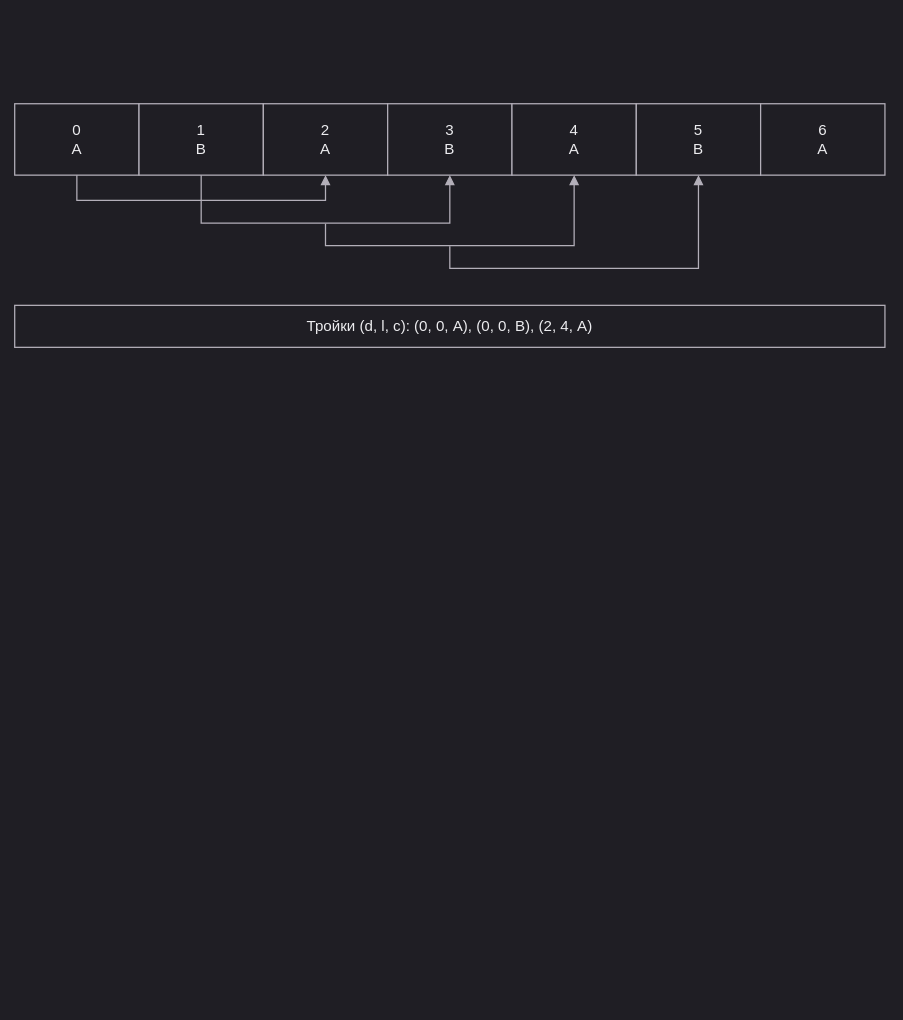
Above: page "lz77" (6 of 21) of docs/diagrams.drawio in SM1LEK/TEST (draw.io), before the change. Source tidied: cells renumbered, new cells numbered last; positions are measured from the earlier drawing's top-left corner, leaving out a move shared by most shapes. Both pictures are drawn from the tidied source at 84%, with x=0, y=0 at pixel (14, 103).
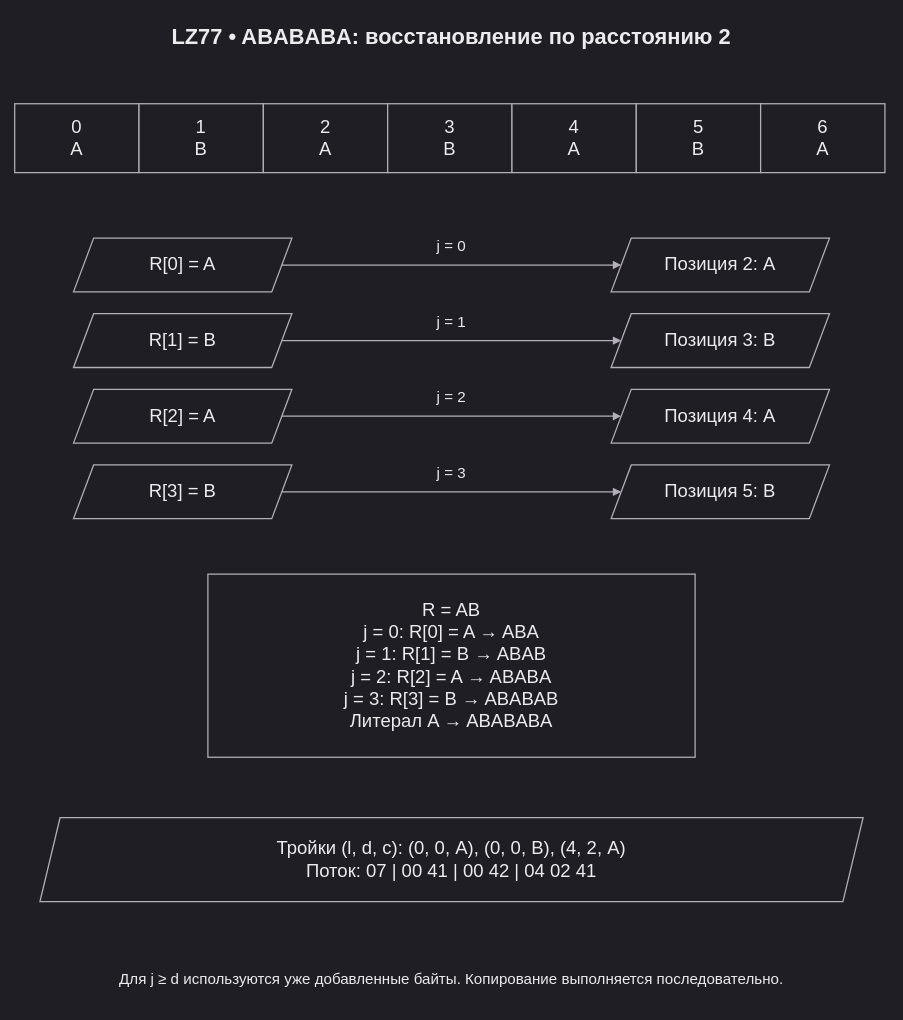
After the change.

What changed in the source:
```diff
@@
+    <mxCell id="14" value="LZ77 • ABABABA: восстановление по расстоянию 2" style="text;whiteSpace=wrap;html=0;fontFamily=Arial;fontSize=26;fontColor=#ececef;strokeColor=#b3afb9;fillColor=#1f1e24;strokeWidth=1.5;align=center;verticalAlign=middle;spacing=10;labelBackgroundColor=none;fontStyle=1;strokeColor=none;fillColor=none;" parent="1" vertex="1">
+      <mxGeometry y="-106" width="1040" height="52" as="geometry" />
+    </mxCell>
-    <mxCell id="2" value="0&#10;A" style="whiteSpace=wrap;html=0;fontFamily=Arial;fontSize=18;align=center;verticalAlign=middle;strokeWidth=1.5;spacing=8;labelBackgroundColor=none;fontColor=#ececef;shadow=0;gradientColor=none;strokeColor=#b3afb9;fillColor=#1f1e24;" parent="1" vertex="1">
-      <mxGeometry width="148" height="85" as="geometry" />
+    <mxCell id="2" value="0&#10;A" style="whiteSpace=wrap;html=0;fontFamily=Arial;fontSize=22;fontColor=#ececef;strokeColor=#b3afb9;fillColor=#1f1e24;strokeWidth=1.5;align=center;verticalAlign=middle;spacing=10;labelBackgroundColor=none;rounded=0;" parent="1" vertex="1">
+      <mxGeometry width="148" height="82" as="geometry" />
     </mxCell>
-    <mxCell id="3" value="1&#10;B" style="whiteSpace=wrap;html=0;fontFamily=Arial;fontSize=18;align=center;verticalAlign=middle;strokeWidth=1.5;spacing=8;labelBackgroundColor=none;fontColor=#ececef;shadow=0;gradientColor=none;strokeColor=#b3afb9;fillColor=#1f1e24;" parent="1" vertex="1">
-      <mxGeometry x="148" width="148" height="85" as="geometry" />
+    <mxCell id="3" value="1&#10;B" style="whiteSpace=wrap;html=0;fontFamily=Arial;fontSize=22;fontColor=#ececef;strokeColor=#b3afb9;fillColor=#1f1e24;strokeWidth=1.5;align=center;verticalAlign=middle;spacing=10;labelBackgroundColor=none;rounded=0;" parent="1" vertex="1">
+      <mxGeometry x="148" width="148" height="82" as="geometry" />
     </mxCell>
-    <mxCell id="4" value="2&#10;A" style="whiteSpace=wrap;html=0;fontFamily=Arial;fontSize=18;align=center;verticalAlign=middle;strokeWidth=1.5;spacing=8;labelBackgroundColor=none;fontColor=#ececef;shadow=0;gradientColor=none;strokeColor=#b3afb9;fillColor=#1f1e24;" parent="1" vertex="1">
-      <mxGeometry x="296" width="148" height="85" as="geometry" />
+    <mxCell id="4" value="2&#10;A" style="whiteSpace=wrap;html=0;fontFamily=Arial;fontSize=22;fontColor=#ececef;strokeColor=#b3afb9;fillColor=#1f1e24;strokeWidth=1.5;align=center;verticalAlign=middle;spacing=10;labelBackgroundColor=none;rounded=0;" parent="1" vertex="1">
+      <mxGeometry x="296" width="148" height="82" as="geometry" />
     </mxCell>
-    <mxCell id="5" value="3&#10;B" style="whiteSpace=wrap;html=0;fontFamily=Arial;fontSize=18;align=center;verticalAlign=middle;strokeWidth=1.5;spacing=8;labelBackgroundColor=none;fontColor=#ececef;shadow=0;gradientColor=none;strokeColor=#b3afb9;fillColor=#1f1e24;" parent="1" vertex="1">
-      <mxGeometry x="444" width="148" height="85" as="geometry" />
+    <mxCell id="5" value="3&#10;B" style="whiteSpace=wrap;html=0;fontFamily=Arial;fontSize=22;fontColor=#ececef;strokeColor=#b3afb9;fillColor=#1f1e24;strokeWidth=1.5;align=center;verticalAlign=middle;spacing=10;labelBackgroundColor=none;rounded=0;" parent="1" vertex="1">
+      <mxGeometry x="444" width="148" height="82" as="geometry" />
     </mxCell>
-    <mxCell id="6" value="4&#10;A" style="whiteSpace=wrap;html=0;fontFamily=Arial;fontSize=18;align=center;verticalAlign=middle;strokeWidth=1.5;spacing=8;labelBackgroundColor=none;fontColor=#ececef;shadow=0;gradientColor=none;strokeColor=#b3afb9;fillColor=#1f1e24;" parent="1" vertex="1">
-      <mxGeometry x="592" width="148" height="85" as="geometry" />
+    <mxCell id="6" value="4&#10;A" style="whiteSpace=wrap;html=0;fontFamily=Arial;fontSize=22;fontColor=#ececef;strokeColor=#b3afb9;fillColor=#1f1e24;strokeWidth=1.5;align=center;verticalAlign=middle;spacing=10;labelBackgroundColor=none;rounded=0;" parent="1" vertex="1">
+      <mxGeometry x="592" width="148" height="82" as="geometry" />
     </mxCell>
-    <mxCell id="7" value="5&#10;B" style="whiteSpace=wrap;html=0;fontFamily=Arial;fontSize=18;align=center;verticalAlign=middle;strokeWidth=1.5;spacing=8;labelBackgroundColor=none;fontColor=#ececef;shadow=0;gradientColor=none;strokeColor=#b3afb9;fillColor=#1f1e24;" parent="1" vertex="1">
-      <mxGeometry x="740" width="148" height="85" as="geometry" />
+    <mxCell id="7" value="5&#10;B" style="whiteSpace=wrap;html=0;fontFamily=Arial;fontSize=22;fontColor=#ececef;strokeColor=#b3afb9;fillColor=#1f1e24;strokeWidth=1.5;align=center;verticalAlign=middle;spacing=10;labelBackgroundColor=none;rounded=0;" parent="1" vertex="1">
+      <mxGeometry x="740" width="148" height="82" as="geometry" />
     </mxCell>
-    <mxCell id="8" value="6&#10;A" style="whiteSpace=wrap;html=0;fontFamily=Arial;fontSize=18;align=center;verticalAlign=middle;strokeWidth=1.5;spacing=8;labelBackgroundColor=none;fontColor=#ececef;shadow=0;gradientColor=none;strokeColor=#b3afb9;fillColor=#1f1e24;" parent="1" vertex="1">
-      <mxGeometry x="888" width="148" height="85" as="geometry" />
+    <mxCell id="8" value="6&#10;A" style="whiteSpace=wrap;html=0;fontFamily=Arial;fontSize=22;fontColor=#ececef;strokeColor=#b3afb9;fillColor=#1f1e24;strokeWidth=1.5;align=center;verticalAlign=middle;spacing=10;labelBackgroundColor=none;rounded=0;" parent="1" vertex="1">
+      <mxGeometry x="888" width="148" height="82" as="geometry" />
     </mxCell>
-    <mxCell id="9" value="Тройки (d, l, c): (0, 0, A), (0, 0, B), (2, 4, A)" style="whiteSpace=wrap;html=0;fontFamily=Arial;fontSize=18;align=center;verticalAlign=middle;strokeWidth=1.5;spacing=8;labelBackgroundColor=none;fontColor=#ececef;shadow=0;gradientColor=none;strokeColor=#b3afb9;fillColor=#1f1e24;" parent="1" vertex="1">
-      <mxGeometry y="240" width="1036" height="50" as="geometry" />
-    </mxCell>
-    <mxCell id="10" style="edgeStyle=none;rounded=0;html=0;fontColor=#ececef;fontFamily=Arial;fontSize=18;endArrow=block;endFill=1;strokeWidth=1.5;labelBackgroundColor=none;exitX=0.5;exitY=1.0;entryX=0.5;entryY=1.0;shadow=0;gradientColor=none;strokeColor=#b3afb9;fillColor=none;endSize=8;" parent="1" edge="1" source="2" target="4">
-      <mxGeometry relative="1" as="geometry">
-        <Array as="points">
-          <mxPoint x="74" y="115" />
-          <mxPoint x="370" y="115" />
-        </Array>
-      </mxGeometry>
-    </mxCell>
-    <mxCell id="11" style="edgeStyle=none;rounded=0;html=0;fontColor=#ececef;fontFamily=Arial;fontSize=18;endArrow=block;endFill=1;strokeWidth=1.5;labelBackgroundColor=none;entryX=0.5;entryY=1.0;exitX=0.5;exitY=1;exitDx=0;exitDy=0;shadow=0;gradientColor=none;strokeColor=#b3afb9;fillColor=none;endSize=8;" parent="1" edge="1" source="3" target="5">
-      <mxGeometry relative="1" as="geometry">
-        <Array as="points">
-          <mxPoint x="222" y="142" />
-          <mxPoint x="518" y="142" />
-        </Array>
-      </mxGeometry>
-    </mxCell>
-    <mxCell id="12" style="edgeStyle=none;rounded=0;html=0;fontColor=#ececef;fontFamily=Arial;fontSize=18;endArrow=block;endFill=1;strokeWidth=1.5;labelBackgroundColor=none;entryX=0.5;entryY=1.0;shadow=0;gradientColor=none;strokeColor=#b3afb9;fillColor=none;endSize=8;" parent="1" edge="1" target="6">
-      <mxGeometry x="-0.14" relative="1" as="geometry">
-        <mxPoint x="370" y="142.8" as="sourcePoint" />
-        <Array as="points">
-          <mxPoint x="370" y="169" />
-          <mxPoint x="666" y="169" />
-        </Array>
-      </mxGeometry>
-    </mxCell>
-    <mxCell id="13" style="edgeStyle=none;rounded=0;html=0;fontColor=#ececef;fontFamily=Arial;fontSize=18;endArrow=block;endFill=1;strokeWidth=1.5;labelBackgroundColor=none;entryX=0.5;entryY=1.0;shadow=0;gradientColor=none;strokeColor=#b3afb9;fillColor=none;endSize=8;" parent="1" edge="1" target="7">
-      <mxGeometry x="-0.2" relative="1" as="geometry">
-        <mxPoint x="518" y="169.8" as="sourcePoint" />
-        <Array as="points">
-          <mxPoint x="518" y="196" />
-          <mxPoint x="814" y="196" />
-        </Array>
-      </mxGeometry>
-    </mxCell>
+    <mxCell id="15" value="R[0] = A" style="whiteSpace=wrap;html=0;fontFamily=Arial;fontSize=22;fontColor=#ececef;strokeColor=#b3afb9;fillColor=#1f1e24;strokeWidth=1.5;align=center;verticalAlign=middle;spacing=10;labelBackgroundColor=none;shape=parallelogram;perimeter=parallelogramPerimeter;fixedSize=1;size=24;" parent="1" vertex="1">
+      <mxGeometry x="70" y="160" width="260" height="64" as="geometry" />
+    </mxCell>
+    <mxCell id="16" value="Позиция 2: A" style="whiteSpace=wrap;html=0;fontFamily=Arial;fontSize=22;fontColor=#ececef;strokeColor=#b3afb9;fillColor=#1f1e24;strokeWidth=1.5;align=center;verticalAlign=middle;spacing=10;labelBackgroundColor=none;shape=parallelogram;perimeter=parallelogramPerimeter;fixedSize=1;size=24;" parent="1" vertex="1">
+      <mxGeometry x="710" y="160" width="260" height="64" as="geometry" />
+    </mxCell>
+    <mxCell id="17" style="edgeStyle=none;rounded=0;html=0;strokeColor=#b3afb9;strokeWidth=1.5;endArrow=block;endFill=1;exitX=1;exitY=0.5;entryX=0;entryY=0.5;exitPerimeter=1;entryPerimeter=1;dashed=0;" parent="1" edge="1" source="15" target="16">
+      <mxGeometry relative="1" as="geometry" />
+    </mxCell>
+    <mxCell id="18" value="j = 0" style="text;whiteSpace=wrap;html=0;fontFamily=Arial;fontSize=18;fontColor=#ececef;strokeColor=#b3afb9;fillColor=#1f1e24;strokeWidth=1.5;align=center;verticalAlign=middle;spacing=10;labelBackgroundColor=none;strokeColor=none;fillColor=none;" parent="1" vertex="1">
+      <mxGeometry x="486" y="156" width="68" height="28" as="geometry" />
+    </mxCell>
+    <mxCell id="19" value="R[1] = B" style="whiteSpace=wrap;html=0;fontFamily=Arial;fontSize=22;fontColor=#ececef;strokeColor=#b3afb9;fillColor=#1f1e24;strokeWidth=1.5;align=center;verticalAlign=middle;spacing=10;labelBackgroundColor=none;shape=parallelogram;perimeter=parallelogramPerimeter;fixedSize=1;size=24;" parent="1" vertex="1">
+      <mxGeometry x="70" y="250" width="260" height="64" as="geometry" />
+    </mxCell>
+    <mxCell id="20" value="Позиция 3: B" style="whiteSpace=wrap;html=0;fontFamily=Arial;fontSize=22;fontColor=#ececef;strokeColor=#b3afb9;fillColor=#1f1e24;strokeWidth=1.5;align=center;verticalAlign=middle;spacing=10;labelBackgroundColor=none;shape=parallelogram;perimeter=parallelogramPerimeter;fixedSize=1;size=24;" parent="1" vertex="1">
+      <mxGeometry x="710" y="250" width="260" height="64" as="geometry" />
+    </mxCell>
+    <mxCell id="21" style="edgeStyle=none;rounded=0;html=0;strokeColor=#b3afb9;strokeWidth=1.5;endArrow=block;endFill=1;exitX=1;exitY=0.5;entryX=0;entryY=0.5;exitPerimeter=1;entryPerimeter=1;dashed=0;" parent="1" edge="1" source="19" target="20">
+      <mxGeometry relative="1" as="geometry" />
+    </mxCell>
+    <mxCell id="22" value="j = 1" style="text;whiteSpace=wrap;html=0;fontFamily=Arial;fontSize=18;fontColor=#ececef;strokeColor=#b3afb9;fillColor=#1f1e24;strokeWidth=1.5;align=center;verticalAlign=middle;spacing=10;labelBackgroundColor=none;strokeColor=none;fillColor=none;" parent="1" vertex="1">
+      <mxGeometry x="486" y="246" width="68" height="28" as="geometry" />
+    </mxCell>
+    <mxCell id="23" value="R[2] = A" style="whiteSpace=wrap;html=0;fontFamily=Arial;fontSize=22;fontColor=#ececef;strokeColor=#b3afb9;fillColor=#1f1e24;strokeWidth=1.5;align=center;verticalAlign=middle;spacing=10;labelBackgroundColor=none;shape=parallelogram;perimeter=parallelogramPerimeter;fixedSize=1;size=24;" parent="1" vertex="1">
+      <mxGeometry x="70" y="340" width="260" height="64" as="geometry" />
+    </mxCell>
+    <mxCell id="24" value="Позиция 4: A" style="whiteSpace=wrap;html=0;fontFamily=Arial;fontSize=22;fontColor=#ececef;strokeColor=#b3afb9;fillColor=#1f1e24;strokeWidth=1.5;align=center;verticalAlign=middle;spacing=10;labelBackgroundColor=none;shape=parallelogram;perimeter=parallelogramPerimeter;fixedSize=1;size=24;" parent="1" vertex="1">
+      <mxGeometry x="710" y="340" width="260" height="64" as="geometry" />
+    </mxCell>
+    <mxCell id="25" style="edgeStyle=none;rounded=0;html=0;strokeColor=#b3afb9;strokeWidth=1.5;endArrow=block;endFill=1;exitX=1;exitY=0.5;entryX=0;entryY=0.5;exitPerimeter=1;entryPerimeter=1;dashed=0;" parent="1" edge="1" source="23" target="24">
+      <mxGeometry relative="1" as="geometry" />
+    </mxCell>
+    <mxCell id="26" value="j = 2" style="text;whiteSpace=wrap;html=0;fontFamily=Arial;fontSize=18;fontColor=#ececef;strokeColor=#b3afb9;fillColor=#1f1e24;strokeWidth=1.5;align=center;verticalAlign=middle;spacing=10;labelBackgroundColor=none;strokeColor=none;fillColor=none;" parent="1" vertex="1">
+      <mxGeometry x="486" y="336" width="68" height="28" as="geometry" />
+    </mxCell>
+    <mxCell id="27" value="R[3] = B" style="whiteSpace=wrap;html=0;fontFamily=Arial;fontSize=22;fontColor=#ececef;strokeColor=#b3afb9;fillColor=#1f1e24;strokeWidth=1.5;align=center;verticalAlign=middle;spacing=10;labelBackgroundColor=none;shape=parallelogram;perimeter=parallelogramPerimeter;fixedSize=1;size=24;" parent="1" vertex="1">
+      <mxGeometry x="70" y="430" width="260" height="64" as="geometry" />
+    </mxCell>
+    <mxCell id="28" value="Позиция 5: B" style="whiteSpace=wrap;html=0;fontFamily=Arial;fontSize=22;fontColor=#ececef;strokeColor=#b3afb9;fillColor=#1f1e24;strokeWidth=1.5;align=center;verticalAlign=middle;spacing=10;labelBackgroundColor=none;shape=parallelogram;perimeter=parallelogramPerimeter;fixedSize=1;size=24;" parent="1" vertex="1">
+      <mxGeometry x="710" y="430" width="260" height="64" as="geometry" />
+    </mxCell>
+    <mxCell id="29" style="edgeStyle=none;rounded=0;html=0;strokeColor=#b3afb9;strokeWidth=1.5;endArrow=block;endFill=1;exitX=1;exitY=0.5;entryX=0;entryY=0.5;exitPerimeter=1;entryPerimeter=1;dashed=0;" parent="1" edge="1" source="27" target="28">
+      <mxGeometry relative="1" as="geometry" />
+    </mxCell>
+    <mxCell id="30" value="j = 3" style="text;whiteSpace=wrap;html=0;fontFamily=Arial;fontSize=18;fontColor=#ececef;strokeColor=#b3afb9;fillColor=#1f1e24;strokeWidth=1.5;align=center;verticalAlign=middle;spacing=10;labelBackgroundColor=none;strokeColor=none;fillColor=none;" parent="1" vertex="1">
+      <mxGeometry x="486" y="426" width="68" height="28" as="geometry" />
+    </mxCell>
+    <mxCell id="31" value="R = AB&#10;j = 0: R[0] = A → ABA&#10;j = 1: R[1] = B → ABAB&#10;j = 2: R[2] = A → ABABA&#10;j = 3: R[3] = B → ABABAB&#10;Литерал A → ABABABA" style="whiteSpace=wrap;html=0;fontFamily=Arial;fontSize=22;fontColor=#ececef;strokeColor=#b3afb9;fillColor=#1f1e24;strokeWidth=1.5;align=center;verticalAlign=middle;spacing=10;labelBackgroundColor=none;rounded=0;" parent="1" vertex="1">
+      <mxGeometry x="230" y="560" width="580" height="218" as="geometry" />
+    </mxCell>
+    <mxCell id="32" value="Тройки (l, d, c): (0, 0, A), (0, 0, B), (4, 2, A)&#10;Поток: 07 | 00 41 | 00 42 | 04 02 41" style="whiteSpace=wrap;html=0;fontFamily=Arial;fontSize=22;fontColor=#ececef;strokeColor=#b3afb9;fillColor=#1f1e24;strokeWidth=1.5;align=center;verticalAlign=middle;spacing=10;labelBackgroundColor=none;shape=parallelogram;perimeter=parallelogramPerimeter;fixedSize=1;size=24;" parent="1" vertex="1">
+      <mxGeometry x="30" y="850" width="980" height="100" as="geometry" />
+    </mxCell>
+    <mxCell id="33" value="Для j ≥ d используются уже добавленные байты. Копирование выполняется последовательно." style="text;whiteSpace=wrap;html=0;fontFamily=Arial;fontSize=18;fontColor=#ececef;strokeColor=#b3afb9;fillColor=#1f1e24;strokeWidth=1.5;align=center;verticalAlign=middle;spacing=10;labelBackgroundColor=none;strokeColor=none;fillColor=none;" parent="1" vertex="1">
+      <mxGeometry y="1010" width="1040" height="64" as="geometry" />
+    </mxCell>
```
